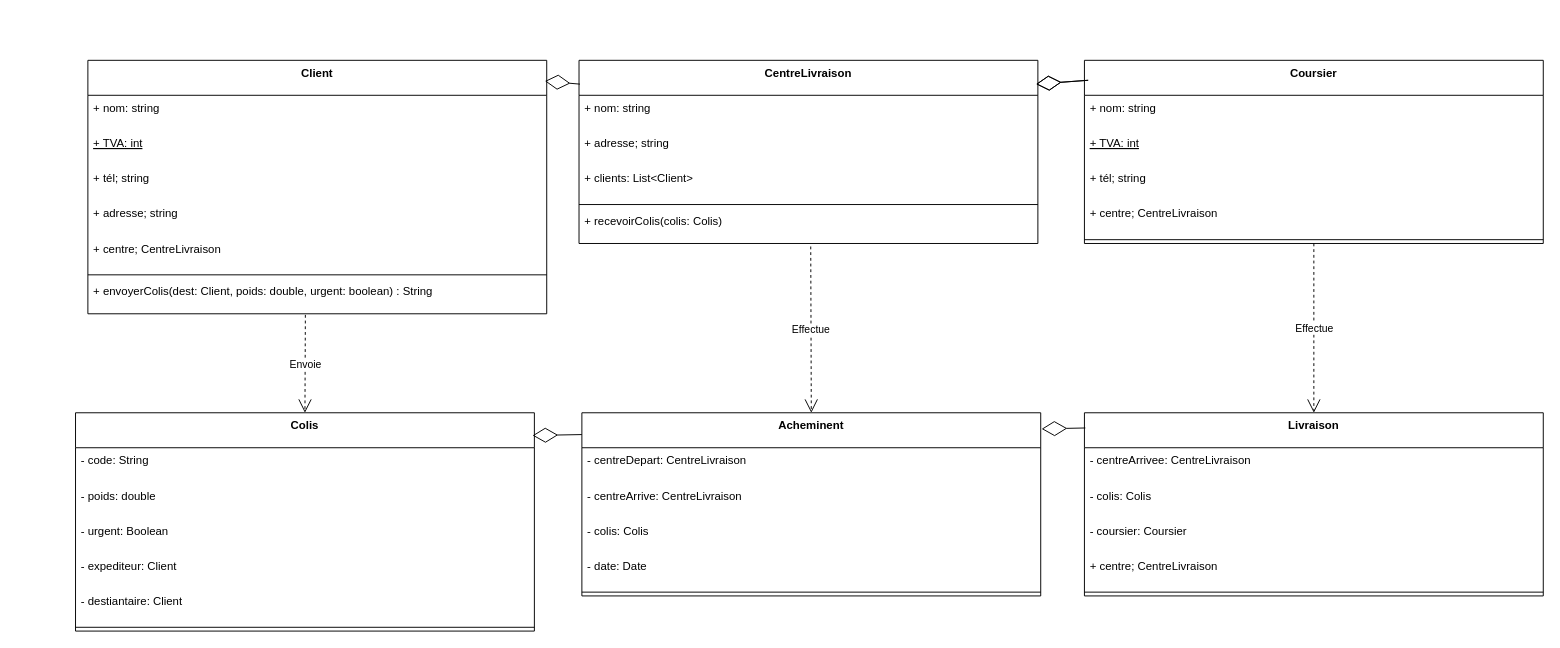
The draw.io diagram Ex2.drawio in RocherQuentiin/java-diagramme-class, before the edit. Source tidied: cells renumbered, new cells numbered last; positions are measured from the earlier drawing's top-left corner, leaving out a move shared by most shapes. Both pictures are drawn from the tidied source at 95%, with x=0, y=0 at pixel (75, 60).
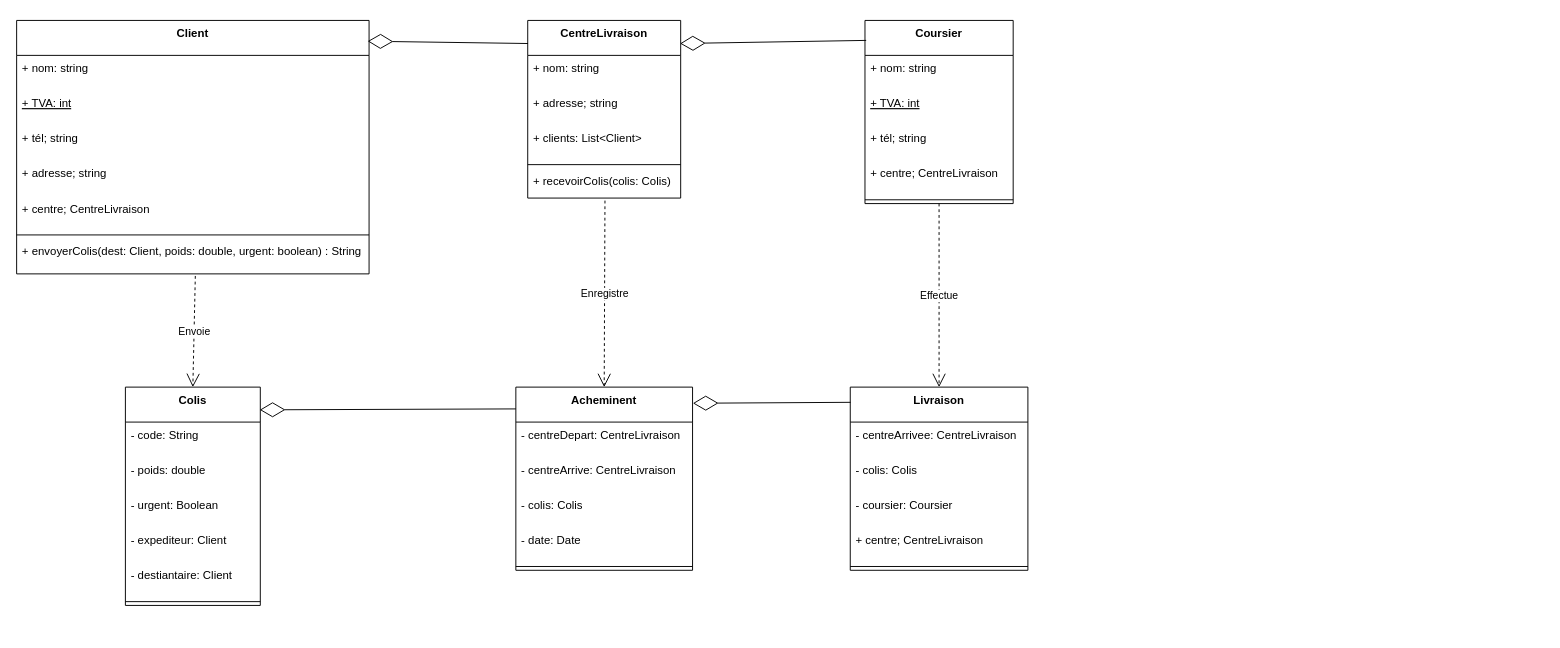
After the change.

Commit message (it also covers changes not shown here):
Mettre à jour Ex2.drawio

The edit, as a diff of the source:
```diff
@@
     <mxCell id="2" value="Client" style="swimlane;fontStyle=1;align=center;verticalAlign=top;horizontal=1;startSize=36.8;" parent="1" vertex="1">
-      <mxGeometry x="13" width="483" height="266.8" as="geometry" />
+      <mxGeometry x="-62" y="-42" width="371" height="266.8" as="geometry" />
     </mxCell>
     <mxCell id="3" value="+ nom: string" style="text;strokeColor=none;fillColor=none;align=left;verticalAlign=top;spacingLeft=4;spacingRight=4;overflow=hidden;" parent="2" vertex="1">
-      <mxGeometry y="36.8" width="483" height="37" as="geometry" />
+      <mxGeometry y="36.8" width="371" height="37" as="geometry" />
     </mxCell>
     <mxCell id="4" value="+ TVA: int" style="text;strokeColor=none;fillColor=none;align=left;verticalAlign=top;spacingLeft=4;spacingRight=4;overflow=hidden;fontStyle=4;" parent="2" vertex="1">
-      <mxGeometry y="73.8" width="483" height="37" as="geometry" />
+      <mxGeometry y="73.8" width="371" height="37" as="geometry" />
     </mxCell>
     <mxCell id="5" value="+ tél; string" style="text;strokeColor=none;fillColor=none;align=left;verticalAlign=top;spacingLeft=4;spacingRight=4;overflow=hidden;" parent="2" vertex="1">
-      <mxGeometry y="110.8" width="483" height="37" as="geometry" />
+      <mxGeometry y="110.8" width="371" height="37" as="geometry" />
     </mxCell>
     <mxCell id="6" value="+ adresse; string" style="text;strokeColor=none;fillColor=none;align=left;verticalAlign=top;spacingLeft=4;spacingRight=4;overflow=hidden;" parent="2" vertex="1">
-      <mxGeometry y="147.8" width="483" height="37" as="geometry" />
+      <mxGeometry y="147.8" width="371" height="37" as="geometry" />
     </mxCell>
     <mxCell id="7" value="+ centre; CentreLivraison" style="text;strokeColor=none;fillColor=none;align=left;verticalAlign=top;spacingLeft=4;spacingRight=4;overflow=hidden;" parent="2" vertex="1">
-      <mxGeometry y="184.8" width="483" height="37" as="geometry" />
+      <mxGeometry y="184.8" width="371" height="37" as="geometry" />
     </mxCell>
     <mxCell id="8" style="line;strokeWidth=1;fillColor=none;align=left;verticalAlign=middle;spacingTop=-1;spacingLeft=3;spacingRight=3;labelPosition=right;strokeColor=inherit;" parent="2" vertex="1">
-      <mxGeometry y="221.8" width="483" height="8" as="geometry" />
+      <mxGeometry y="221.8" width="371" height="8" as="geometry" />
     </mxCell>
     <mxCell id="9" value="+ envoyerColis(dest: Client, poids: double, urgent: boolean) : String" style="text;strokeColor=none;fillColor=none;align=left;verticalAlign=top;spacingLeft=4;spacingRight=4;overflow=hidden;points=[[0,0.5],[1,0.5]];portConstraint=eastwest;" parent="2" vertex="1">
-      <mxGeometry y="229.8" width="483" height="37" as="geometry" />
+      <mxGeometry y="229.8" width="371" height="37" as="geometry" />
     </mxCell>
     <mxCell id="10" value="CentreLivraison" style="swimlane;fontStyle=1;align=center;verticalAlign=top;horizontal=1;startSize=36.8;" parent="1" vertex="1">
-      <mxGeometry x="530" width="483" height="192.8" as="geometry" />
+      <mxGeometry x="476" y="-42" width="161" height="187" as="geometry" />
     </mxCell>
     <mxCell id="11" value="+ nom: string" style="text;strokeColor=none;fillColor=none;align=left;verticalAlign=top;spacingLeft=4;spacingRight=4;overflow=hidden;" parent="10" vertex="1">
-      <mxGeometry y="36.8" width="483" height="37" as="geometry" />
+      <mxGeometry y="36.8" width="161" height="37" as="geometry" />
     </mxCell>
     <mxCell id="12" value="+ adresse; string" style="text;strokeColor=none;fillColor=none;align=left;verticalAlign=top;spacingLeft=4;spacingRight=4;overflow=hidden;" parent="10" vertex="1">
-      <mxGeometry y="73.8" width="483" height="37" as="geometry" />
+      <mxGeometry y="73.8" width="161" height="37" as="geometry" />
     </mxCell>
     <mxCell id="13" value="+ clients: List&lt;Client&gt;" style="text;strokeColor=none;fillColor=none;align=left;verticalAlign=top;spacingLeft=4;spacingRight=4;overflow=hidden;" parent="10" vertex="1">
-      <mxGeometry y="110.8" width="483" height="37" as="geometry" />
+      <mxGeometry y="110.8" width="161" height="37" as="geometry" />
     </mxCell>
     <mxCell id="14" style="line;strokeWidth=1;fillColor=none;align=left;verticalAlign=middle;spacingTop=-1;spacingLeft=3;spacingRight=3;labelPosition=right;strokeColor=inherit;" parent="10" vertex="1">
-      <mxGeometry y="147.8" width="483" height="8" as="geometry" />
+      <mxGeometry y="147.8" width="161" height="8" as="geometry" />
     </mxCell>
     <mxCell id="15" value="+ recevoirColis(colis: Colis)" style="text;strokeColor=none;fillColor=none;align=left;verticalAlign=top;spacingLeft=4;spacingRight=4;overflow=hidden;points=[[0,0.5],[1,0.5]];portConstraint=eastwest;" parent="10" vertex="1">
-      <mxGeometry y="155.8" width="483" height="37" as="geometry" />
+      <mxGeometry y="155.8" width="161" height="31.2" as="geometry" />
     </mxCell>
     <mxCell id="16" value="Coursier" style="swimlane;fontStyle=1;align=center;verticalAlign=top;horizontal=1;startSize=36.8;" parent="1" vertex="1">
-      <mxGeometry x="1062" width="483" height="192.8" as="geometry" />
+      <mxGeometry x="831" y="-42" width="156" height="192.8" as="geometry" />
     </mxCell>
     <mxCell id="17" value="+ nom: string" style="text;strokeColor=none;fillColor=none;align=left;verticalAlign=top;spacingLeft=4;spacingRight=4;overflow=hidden;" parent="16" vertex="1">
-      <mxGeometry y="36.8" width="483" height="37" as="geometry" />
+      <mxGeometry y="36.8" width="156" height="37" as="geometry" />
     </mxCell>
     <mxCell id="18" value="+ TVA: int" style="text;strokeColor=none;fillColor=none;align=left;verticalAlign=top;spacingLeft=4;spacingRight=4;overflow=hidden;fontStyle=4;" parent="16" vertex="1">
-      <mxGeometry y="73.8" width="483" height="37" as="geometry" />
+      <mxGeometry y="73.8" width="156" height="37" as="geometry" />
     </mxCell>
     <mxCell id="19" value="+ tél; string" style="text;strokeColor=none;fillColor=none;align=left;verticalAlign=top;spacingLeft=4;spacingRight=4;overflow=hidden;" parent="16" vertex="1">
-      <mxGeometry y="110.8" width="483" height="37" as="geometry" />
+      <mxGeometry y="110.8" width="156" height="37" as="geometry" />
     </mxCell>
     <mxCell id="20" value="+ centre; CentreLivraison" style="text;strokeColor=none;fillColor=none;align=left;verticalAlign=top;spacingLeft=4;spacingRight=4;overflow=hidden;" parent="16" vertex="1">
-      <mxGeometry y="147.8" width="483" height="37" as="geometry" />
+      <mxGeometry y="147.8" width="156" height="37" as="geometry" />
     </mxCell>
     <mxCell id="21" style="line;strokeWidth=1;fillColor=none;align=left;verticalAlign=middle;spacingTop=-1;spacingLeft=3;spacingRight=3;labelPosition=right;strokeColor=inherit;" parent="16" vertex="1">
-      <mxGeometry y="184.8" width="483" height="8" as="geometry" />
+      <mxGeometry y="184.8" width="156" height="8" as="geometry" />
     </mxCell>
     <mxCell id="22" value="Livraison" style="swimlane;fontStyle=1;align=center;verticalAlign=top;horizontal=1;startSize=36.8;" parent="1" vertex="1">
-      <mxGeometry x="1062" y="371" width="483" height="192.8" as="geometry" />
+      <mxGeometry x="815.5" y="344" width="187" height="192.8" as="geometry" />
     </mxCell>
     <mxCell id="23" value="- centreArrivee: CentreLivraison" style="text;strokeColor=none;fillColor=none;align=left;verticalAlign=top;spacingLeft=4;spacingRight=4;overflow=hidden;" parent="22" vertex="1">
-      <mxGeometry y="36.8" width="483" height="37" as="geometry" />
+      <mxGeometry y="36.8" width="187" height="37" as="geometry" />
     </mxCell>
     <mxCell id="24" value="- colis: Colis" style="text;strokeColor=none;fillColor=none;align=left;verticalAlign=top;spacingLeft=4;spacingRight=4;overflow=hidden;fontStyle=0;" parent="22" vertex="1">
-      <mxGeometry y="73.8" width="483" height="37" as="geometry" />
+      <mxGeometry y="73.8" width="187" height="37" as="geometry" />
     </mxCell>
     <mxCell id="25" value="- coursier: Coursier" style="text;strokeColor=none;fillColor=none;align=left;verticalAlign=top;spacingLeft=4;spacingRight=4;overflow=hidden;" parent="22" vertex="1">
-      <mxGeometry y="110.8" width="483" height="37" as="geometry" />
+      <mxGeometry y="110.8" width="187" height="37" as="geometry" />
     </mxCell>
     <mxCell id="26" value="+ centre; CentreLivraison" style="text;strokeColor=none;fillColor=none;align=left;verticalAlign=top;spacingLeft=4;spacingRight=4;overflow=hidden;" parent="22" vertex="1">
-      <mxGeometry y="147.8" width="483" height="37" as="geometry" />
+      <mxGeometry y="147.8" width="187" height="37" as="geometry" />
     </mxCell>
     <mxCell id="27" style="line;strokeWidth=1;fillColor=none;align=left;verticalAlign=middle;spacingTop=-1;spacingLeft=3;spacingRight=3;labelPosition=right;strokeColor=inherit;" parent="22" vertex="1">
-      <mxGeometry y="184.8" width="483" height="8" as="geometry" />
+      <mxGeometry y="184.8" width="187" height="8" as="geometry" />
     </mxCell>
@@
     <mxCell id="29" value="Acheminent" style="swimlane;fontStyle=1;align=center;verticalAlign=top;horizontal=1;startSize=36.8;" parent="1" vertex="1">
-      <mxGeometry x="533" y="371" width="483" height="192.8" as="geometry" />
+      <mxGeometry x="463.5" y="344" width="186" height="192.8" as="geometry" />
     </mxCell>
     <mxCell id="30" value="- centreDepart: CentreLivraison&#10;" style="text;strokeColor=none;fillColor=none;align=left;verticalAlign=top;spacingLeft=4;spacingRight=4;overflow=hidden;" parent="29" vertex="1">
-      <mxGeometry y="36.8" width="483" height="37" as="geometry" />
+      <mxGeometry y="36.8" width="186" height="37" as="geometry" />
     </mxCell>
     <mxCell id="31" value="- centreArrive: CentreLivraison" style="text;strokeColor=none;fillColor=none;align=left;verticalAlign=top;spacingLeft=4;spacingRight=4;overflow=hidden;fontStyle=0;" parent="29" vertex="1">
-      <mxGeometry y="73.8" width="483" height="37" as="geometry" />
+      <mxGeometry y="73.8" width="186" height="37" as="geometry" />
     </mxCell>
     <mxCell id="32" value="- colis: Colis" style="text;strokeColor=none;fillColor=none;align=left;verticalAlign=top;spacingLeft=4;spacingRight=4;overflow=hidden;" parent="29" vertex="1">
-      <mxGeometry y="110.8" width="483" height="37" as="geometry" />
+      <mxGeometry y="110.8" width="186" height="37" as="geometry" />
     </mxCell>
     <mxCell id="33" value="- date: Date" style="text;strokeColor=none;fillColor=none;align=left;verticalAlign=top;spacingLeft=4;spacingRight=4;overflow=hidden;" parent="29" vertex="1">
-      <mxGeometry y="147.8" width="483" height="37" as="geometry" />
+      <mxGeometry y="147.8" width="186" height="37" as="geometry" />
     </mxCell>
     <mxCell id="34" style="line;strokeWidth=1;fillColor=none;align=left;verticalAlign=middle;spacingTop=-1;spacingLeft=3;spacingRight=3;labelPosition=right;strokeColor=inherit;" parent="29" vertex="1">
-      <mxGeometry y="184.8" width="483" height="8" as="geometry" />
+      <mxGeometry y="184.8" width="186" height="8" as="geometry" />
     </mxCell>
-    <mxCell id="35" value="Effectue" style="endArrow=open;endSize=12;dashed=1;html=1;rounded=0;entryX=0.5;entryY=0;entryDx=0;entryDy=0;exitX=0.505;exitY=1.086;exitDx=0;exitDy=0;exitPerimeter=0;" parent="1" edge="1" source="15" target="29">
+    <mxCell id="35" value="Enregistre" style="endArrow=open;endSize=12;dashed=1;html=1;rounded=0;entryX=0.5;entryY=0;entryDx=0;entryDy=0;exitX=0.505;exitY=1.086;exitDx=0;exitDy=0;exitPerimeter=0;" parent="1" edge="1" source="15" target="29">
       <mxGeometry relative="1" as="geometry" />
     </mxCell>
     <mxCell id="36" value="Colis" style="swimlane;fontStyle=1;align=center;verticalAlign=top;horizontal=1;startSize=36.8;" parent="1" vertex="1">
-      <mxGeometry y="371" width="483" height="229.8" as="geometry" />
+      <mxGeometry x="52.5" y="344" width="142" height="229.8" as="geometry" />
     </mxCell>
     <mxCell id="37" value="- code: String&#10;" style="text;strokeColor=none;fillColor=none;align=left;verticalAlign=top;spacingLeft=4;spacingRight=4;overflow=hidden;" parent="36" vertex="1">
-      <mxGeometry y="36.8" width="483" height="37" as="geometry" />
+      <mxGeometry y="36.8" width="142" height="37" as="geometry" />
     </mxCell>
     <mxCell id="38" value="- poids: double" style="text;strokeColor=none;fillColor=none;align=left;verticalAlign=top;spacingLeft=4;spacingRight=4;overflow=hidden;fontStyle=0;" parent="36" vertex="1">
-      <mxGeometry y="73.8" width="483" height="37" as="geometry" />
+      <mxGeometry y="73.8" width="142" height="37" as="geometry" />
     </mxCell>
     <mxCell id="39" value="- urgent: Boolean" style="text;strokeColor=none;fillColor=none;align=left;verticalAlign=top;spacingLeft=4;spacingRight=4;overflow=hidden;" parent="36" vertex="1">
-      <mxGeometry y="110.8" width="483" height="37" as="geometry" />
+      <mxGeometry y="110.8" width="142" height="37" as="geometry" />
     </mxCell>
     <mxCell id="40" value="- expediteur: Client" style="text;strokeColor=none;fillColor=none;align=left;verticalAlign=top;spacingLeft=4;spacingRight=4;overflow=hidden;" parent="36" vertex="1">
-      <mxGeometry y="147.8" width="483" height="37" as="geometry" />
+      <mxGeometry y="147.8" width="142" height="37" as="geometry" />
     </mxCell>
     <mxCell id="41" value="- destiantaire: Client" style="text;strokeColor=none;fillColor=none;align=left;verticalAlign=top;spacingLeft=4;spacingRight=4;overflow=hidden;" parent="36" vertex="1">
-      <mxGeometry y="184.8" width="483" height="37" as="geometry" />
+      <mxGeometry y="184.8" width="142" height="37" as="geometry" />
     </mxCell>
     <mxCell id="42" style="line;strokeWidth=1;fillColor=none;align=left;verticalAlign=middle;spacingTop=-1;spacingLeft=3;spacingRight=3;labelPosition=right;strokeColor=inherit;" parent="36" vertex="1">
-      <mxGeometry y="221.8" width="483" height="8" as="geometry" />
+      <mxGeometry y="221.8" width="142" height="8" as="geometry" />
     </mxCell>
@@
-    <mxCell id="44" style="endArrow=diamondThin;endFill=0;endSize=24;html=1;rounded=0;entryX=0.996;entryY=0.13;entryDx=0;entryDy=0;entryPerimeter=0;exitX=0.008;exitY=0.109;exitDx=0;exitDy=0;exitPerimeter=0;" parent="1" edge="1">
-      <mxGeometry relative="1" as="geometry">
-        <mxPoint x="1066" y="21" as="sourcePoint" />
-        <mxPoint x="1011" y="25" as="targetPoint" />
-      </mxGeometry>
-    </mxCell>
@@
-    <mxCell id="46" value="Envoie" style="endArrow=open;endSize=12;dashed=1;html=1;rounded=0;entryX=0.5;entryY=0;entryDx=0;entryDy=0;exitX=0.474;exitY=1.032;exitDx=0;exitDy=0;exitPerimeter=0;" parent="1" edge="1" source="9" target="36">
+    <mxCell id="46" value="Envoie" style="endArrow=open;endSize=12;dashed=1;html=1;rounded=0;entryX=0.5;entryY=0;entryDx=0;entryDy=0;exitX=0.507;exitY=1.059;exitDx=0;exitDy=0;exitPerimeter=0;" parent="1" edge="1" source="9" target="36">
       <mxGeometry relative="1" as="geometry" />
     </mxCell>
```
